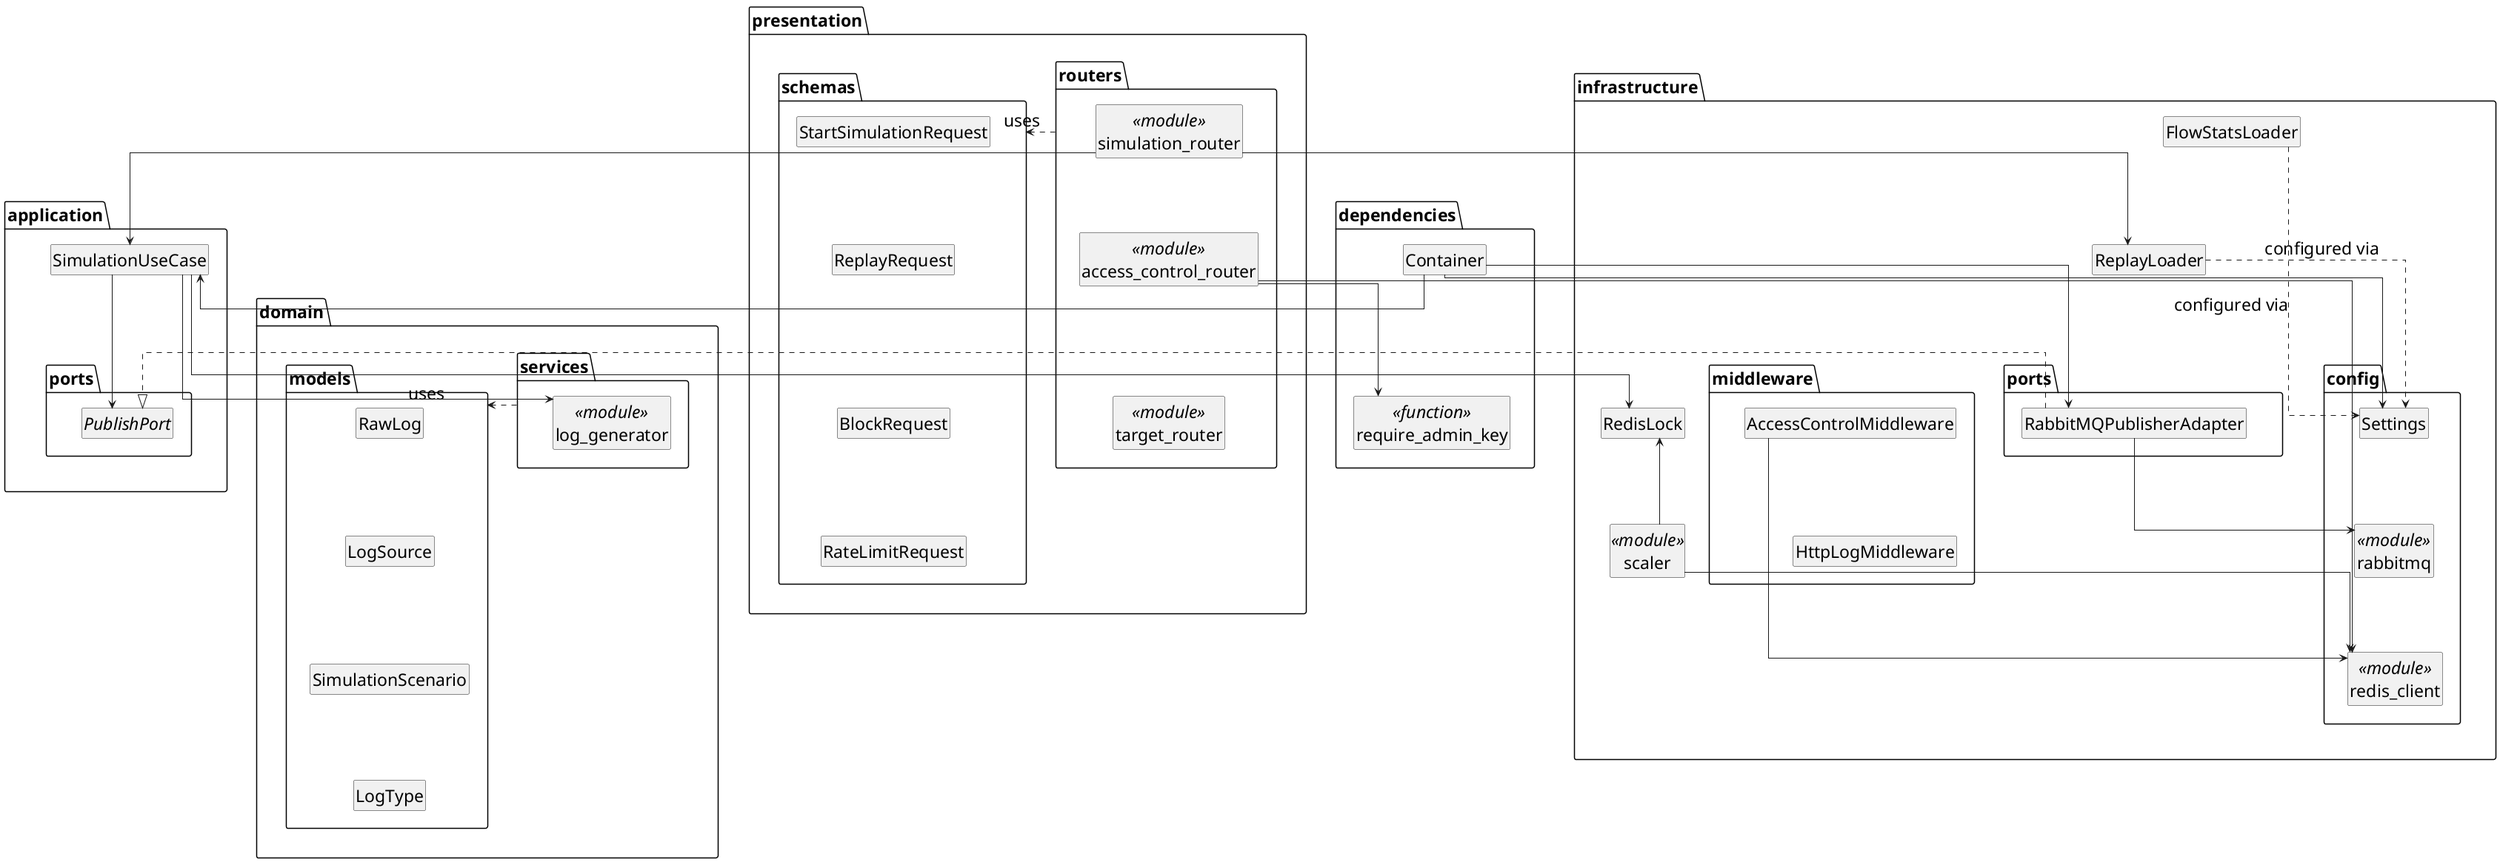
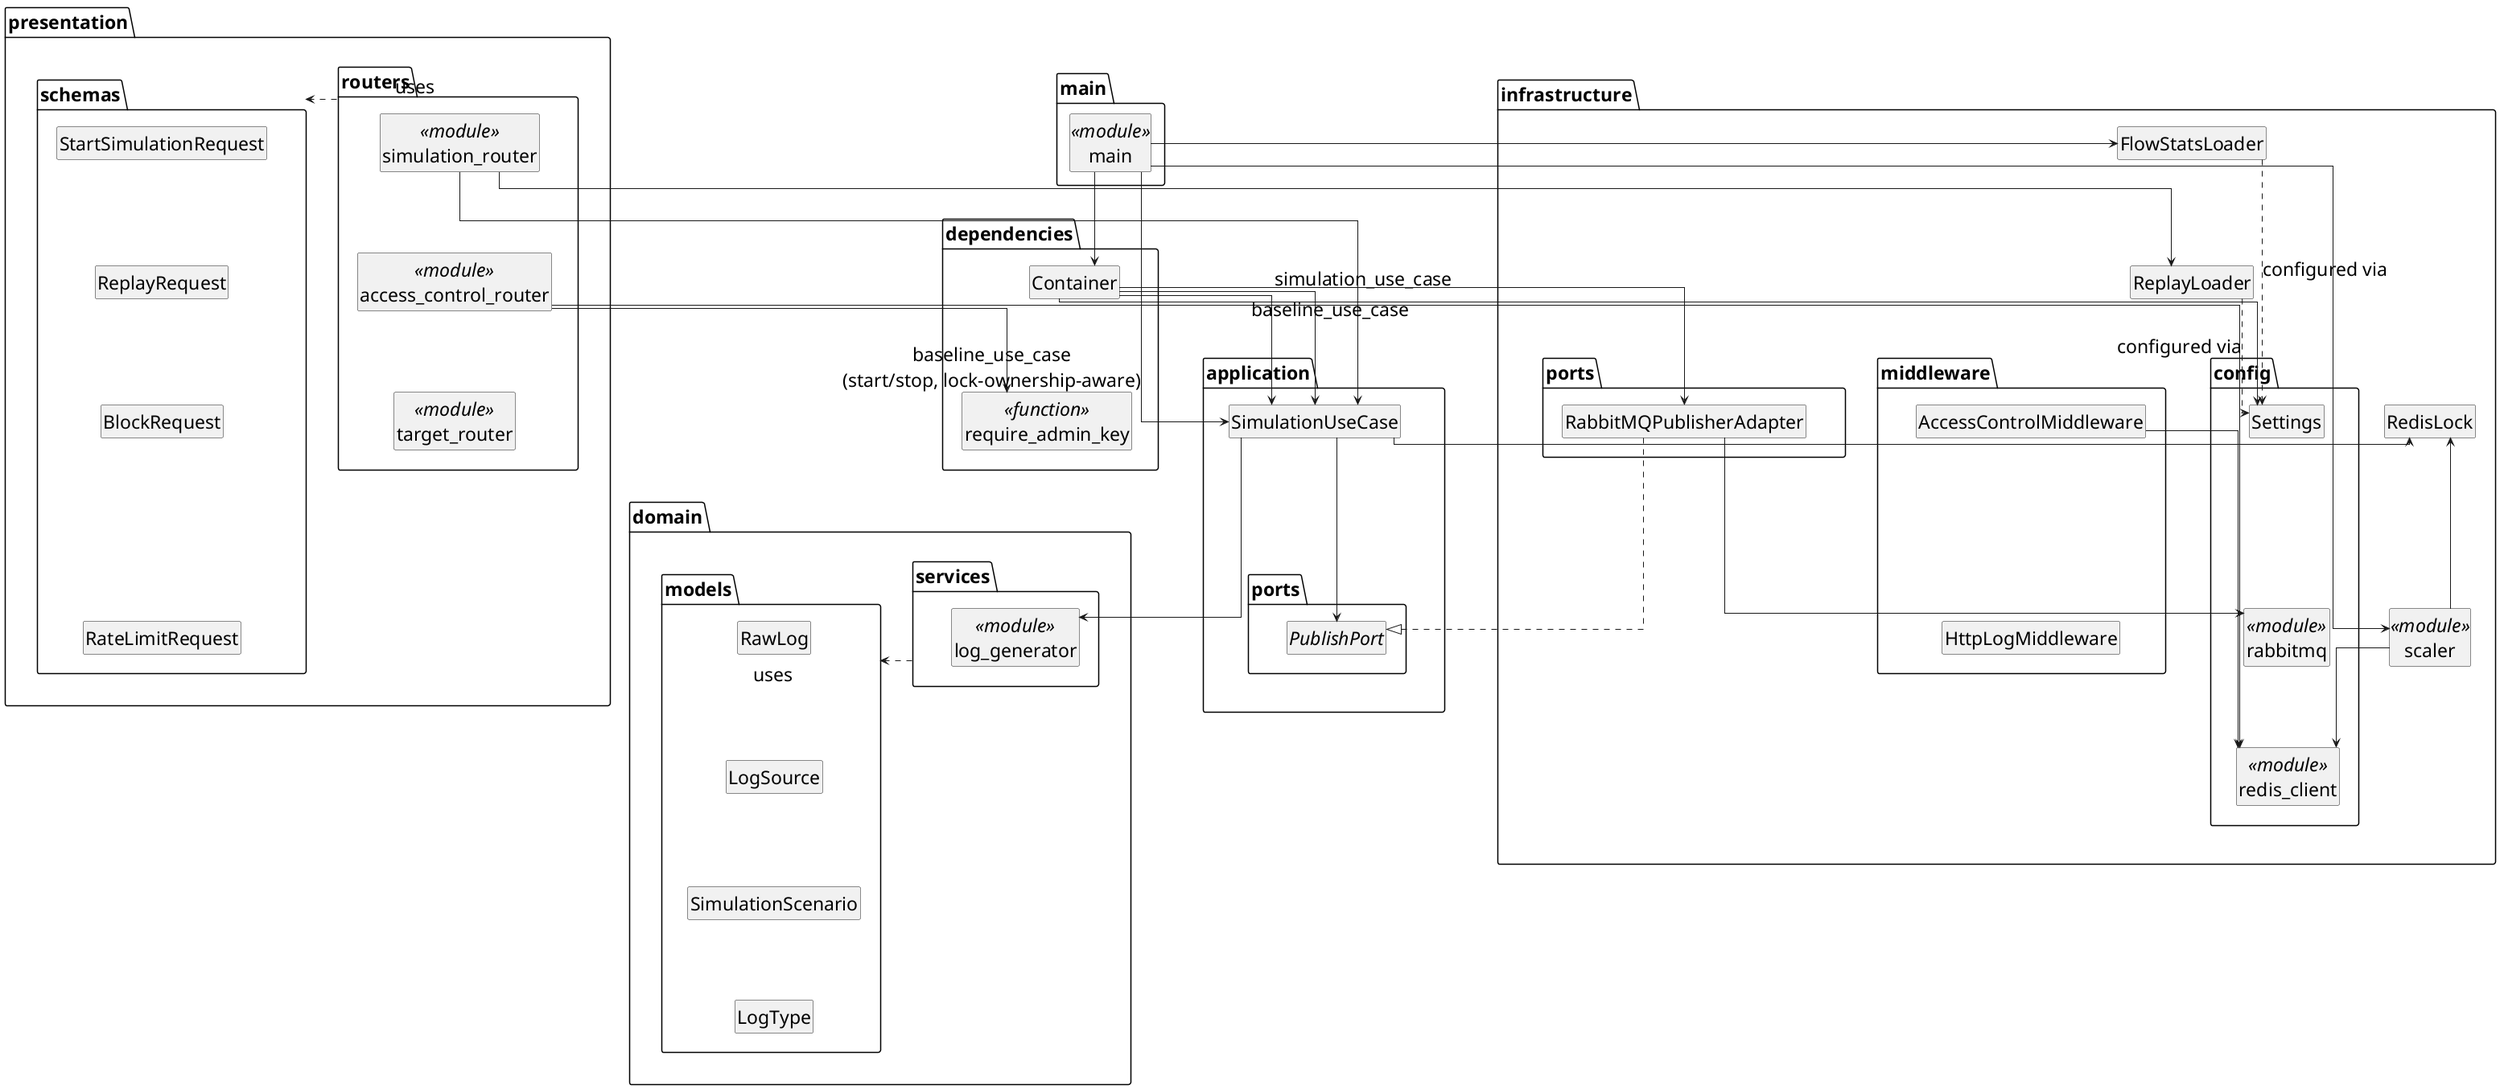
@startuml simulation
top to bottom direction

skinparam packageStyle folder
skinparam linetype ortho
skinparam ranksep 100
skinparam nodesep 40
skinparam DefaultFontSize 23

hide circle
hide empty members

' ---- Layout / Together groups ----
together {
  package "domain.services" {
    class "log_generator" as LogGenerator <<module>>
  }

  package "domain.models" {
    class RawLog
    class LogSource
    class SimulationScenario
    class LogType

    RawLog -[hidden]down- LogSource
    LogSource -[hidden]down- SimulationScenario
    SimulationScenario -[hidden]down- LogType
  }
}

together {
  package application {
    class SimulationUseCase
  }

  package "application.ports" {
    interface PublishPort
  }
}

together {
  package "presentation.routers" {
    class "simulation_router" as SimulationRouter <<module>>
    class "access_control_router" as AccessControlRouter <<module>>
    class "target_router" as TargetRouter <<module>>

    SimulationRouter -[hidden]down- AccessControlRouter
    AccessControlRouter -[hidden]down- TargetRouter
  }

  package "presentation.schemas" {
    class StartSimulationRequest
    class ReplayRequest
    class BlockRequest
    class RateLimitRequest

    StartSimulationRequest -[hidden]down- ReplayRequest
    ReplayRequest -[hidden]down- BlockRequest
    BlockRequest -[hidden]down- RateLimitRequest
  }
}

together {
  package "infrastructure.ports" {
    class RabbitMQPublisherAdapter
  }

  package "infrastructure.middleware" {
    class AccessControlMiddleware
    class HttpLogMiddleware

    AccessControlMiddleware -[hidden]down- HttpLogMiddleware
  }
}

together {
  package infrastructure {
    class FlowStatsLoader
    class ReplayLoader
    class RedisLock
    class "scaler" as Scaler <<module>>

    FlowStatsLoader -[hidden]down- ReplayLoader
    ReplayLoader -[hidden]down- RedisLock
    RedisLock -[hidden]down- Scaler
  }

  package "infrastructure.config" {
    class Settings
    class "rabbitmq" as Rabbitmq <<module>>
    class "redis_client" as Redis <<module>>

    Settings -[hidden]down- Rabbitmq
    Rabbitmq -[hidden]down- Redis
  }
}

together {
  package dependencies {
    class Container
    class "require_admin_key" as AdminAuth <<function>>

    Container -[hidden]down- AdminAuth
  }
+ 
+   package "main" {
+     class "main" as Main <<module>>
+   }
}

' ---- Layer Order ----
"domain.services" -[hidden]down- application
application -[hidden]down- "presentation.routers"
"presentation.routers" -[hidden]down- "infrastructure.ports"
"infrastructure.ports" -[hidden]down- infrastructure
infrastructure -[hidden]down- dependencies

"domain.services" -[hidden]right- "domain.models"
application -[hidden]right- "application.ports"
"presentation.routers" -[hidden]right- "presentation.schemas"
"infrastructure.ports" -[hidden]right- "infrastructure.middleware"
infrastructure -[hidden]right- "infrastructure.config"

' ---- presentation ----
SimulationRouter --> SimulationUseCase
SimulationRouter --> ReplayLoader
AccessControlRouter --> AdminAuth
"presentation.routers" ..> "presentation.schemas" : uses

' ---- application ----
SimulationUseCase --> PublishPort
SimulationUseCase --> LogGenerator
SimulationUseCase --> RedisLock

' ---- domain ----
"domain.services" ..> "domain.models" : uses

' ---- infrastructure adapters ----
RabbitMQPublisherAdapter ..|> PublishPort

' ---- infrastructure -> config ----
RabbitMQPublisherAdapter --> Rabbitmq
AccessControlRouter --> Redis
AccessControlMiddleware --> Redis
FlowStatsLoader ..> Settings : configured via
ReplayLoader ..> Settings : configured via
Scaler --> Redis
Scaler --> RedisLock

' ---- DI container wiring ----
- Container --> SimulationUseCase
+ ' Container declares two independent singleton SimulationUseCase providers,
+ ' each with its own namespaced RedisLock (simulation:lock vs baseline:lock):
+ ' simulation_use_case (namespace "simulation") and baseline_use_case (namespace "baseline").
+ Container --> SimulationUseCase : simulation_use_case
+ Container --> SimulationUseCase : baseline_use_case
Container --> RabbitMQPublisherAdapter
Container --> Settings

+ ' ---- main.py lifespan orchestration ----
+ ' Owns startup (FlowStatsLoader/init_flow_stats), the scaler background task, and
+ ' shutdown — only the worker that actually won the baseline lock calls baseline stop().
+ Main --> Container
+ Main --> FlowStatsLoader
+ Main --> Scaler
+ Main --> SimulationUseCase : baseline_use_case\n(start/stop, lock-ownership-aware)
+ 
@enduml
